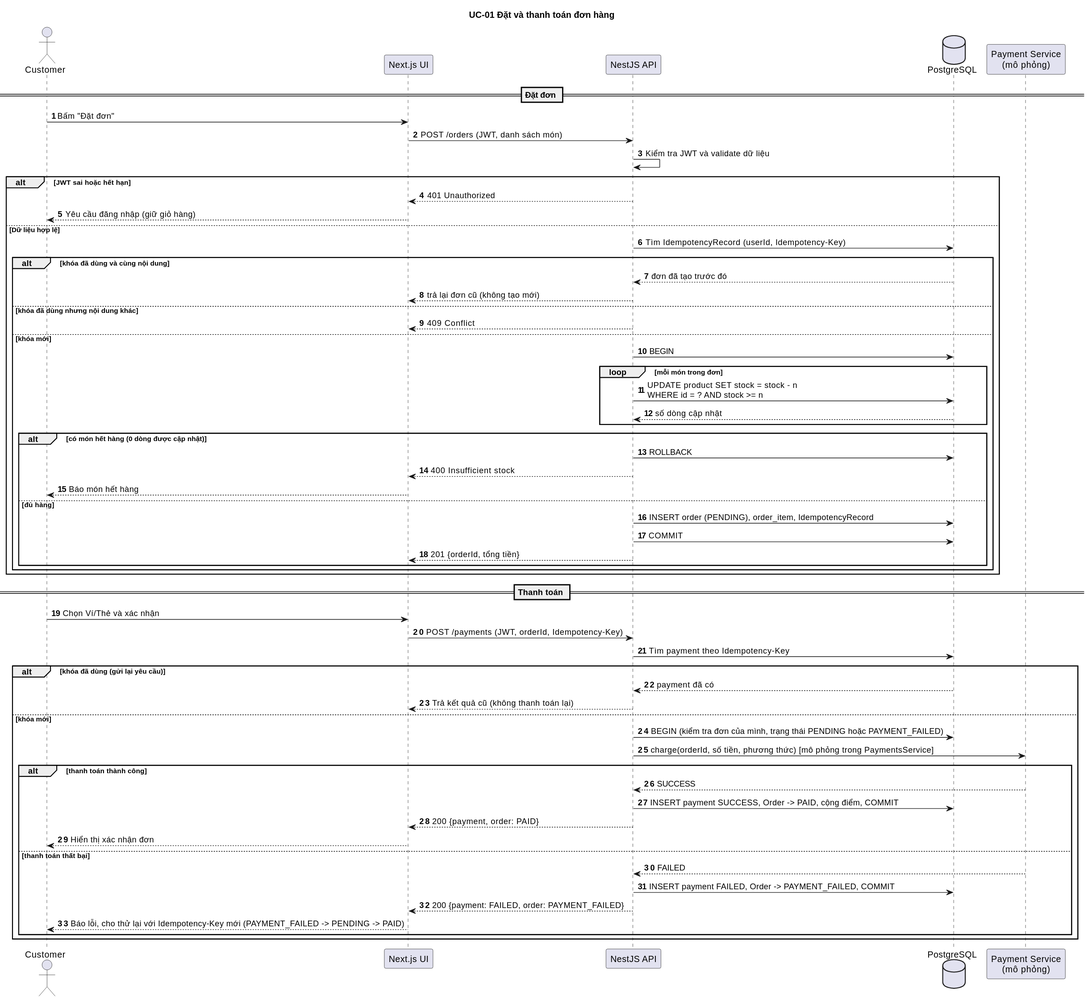
Before: docs/diagrams/sequence-checkout.svg, a diagram exported from PlantUML (tthan-prog/BrewLite).
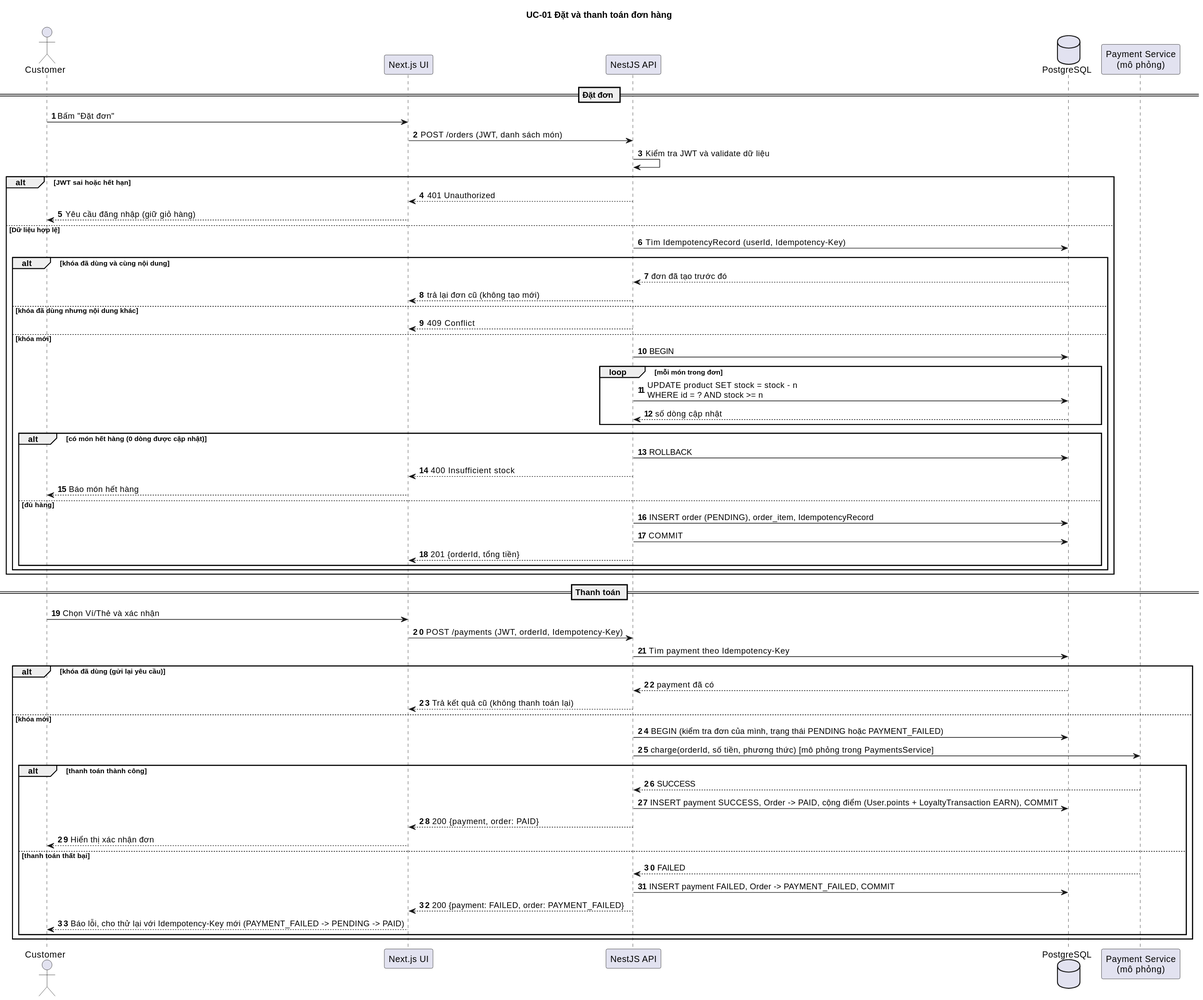
After the change.

What changed in the source:
```diff
@@ -53,7 +53,7 @@
   API -> PAY : charge(orderId, số tiền, phương thức) [mô phỏng trong PaymentsService]
   alt thanh toán thành công
     PAY --> API : SUCCESS
-    API -> DB : INSERT payment SUCCESS, Order -> PAID, cộng điểm, COMMIT
+    API -> DB : INSERT payment SUCCESS, Order -> PAID, cộng điểm (User.points + LoyaltyTransaction EARN), COMMIT
     API --> UI : 200 {payment, order: PAID}
     UI --> Customer : Hiển thị xác nhận đơn
   else thanh toán thất bại
```
